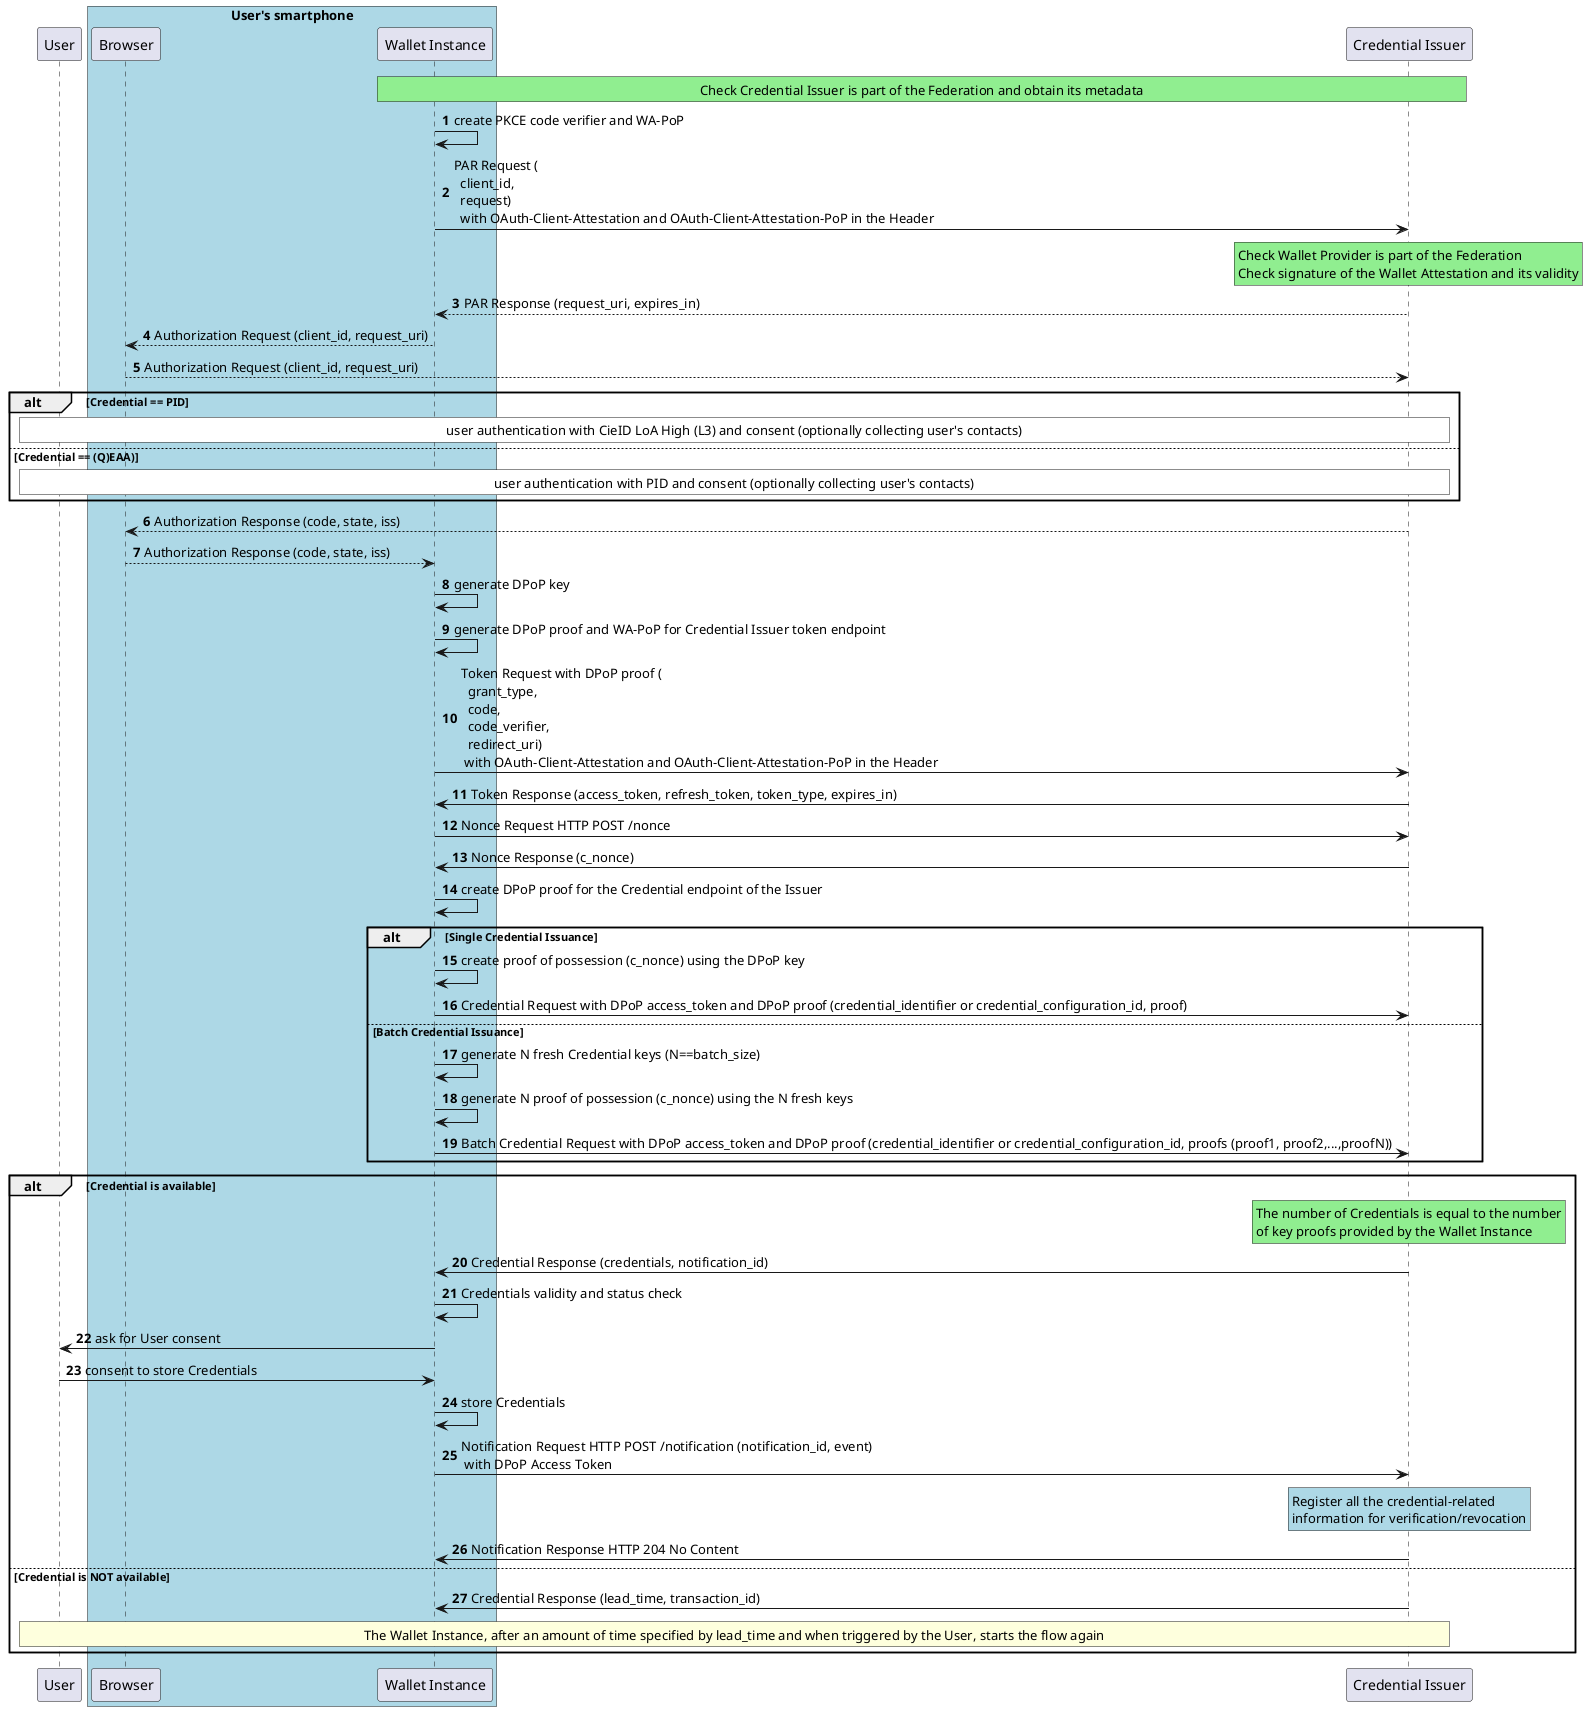
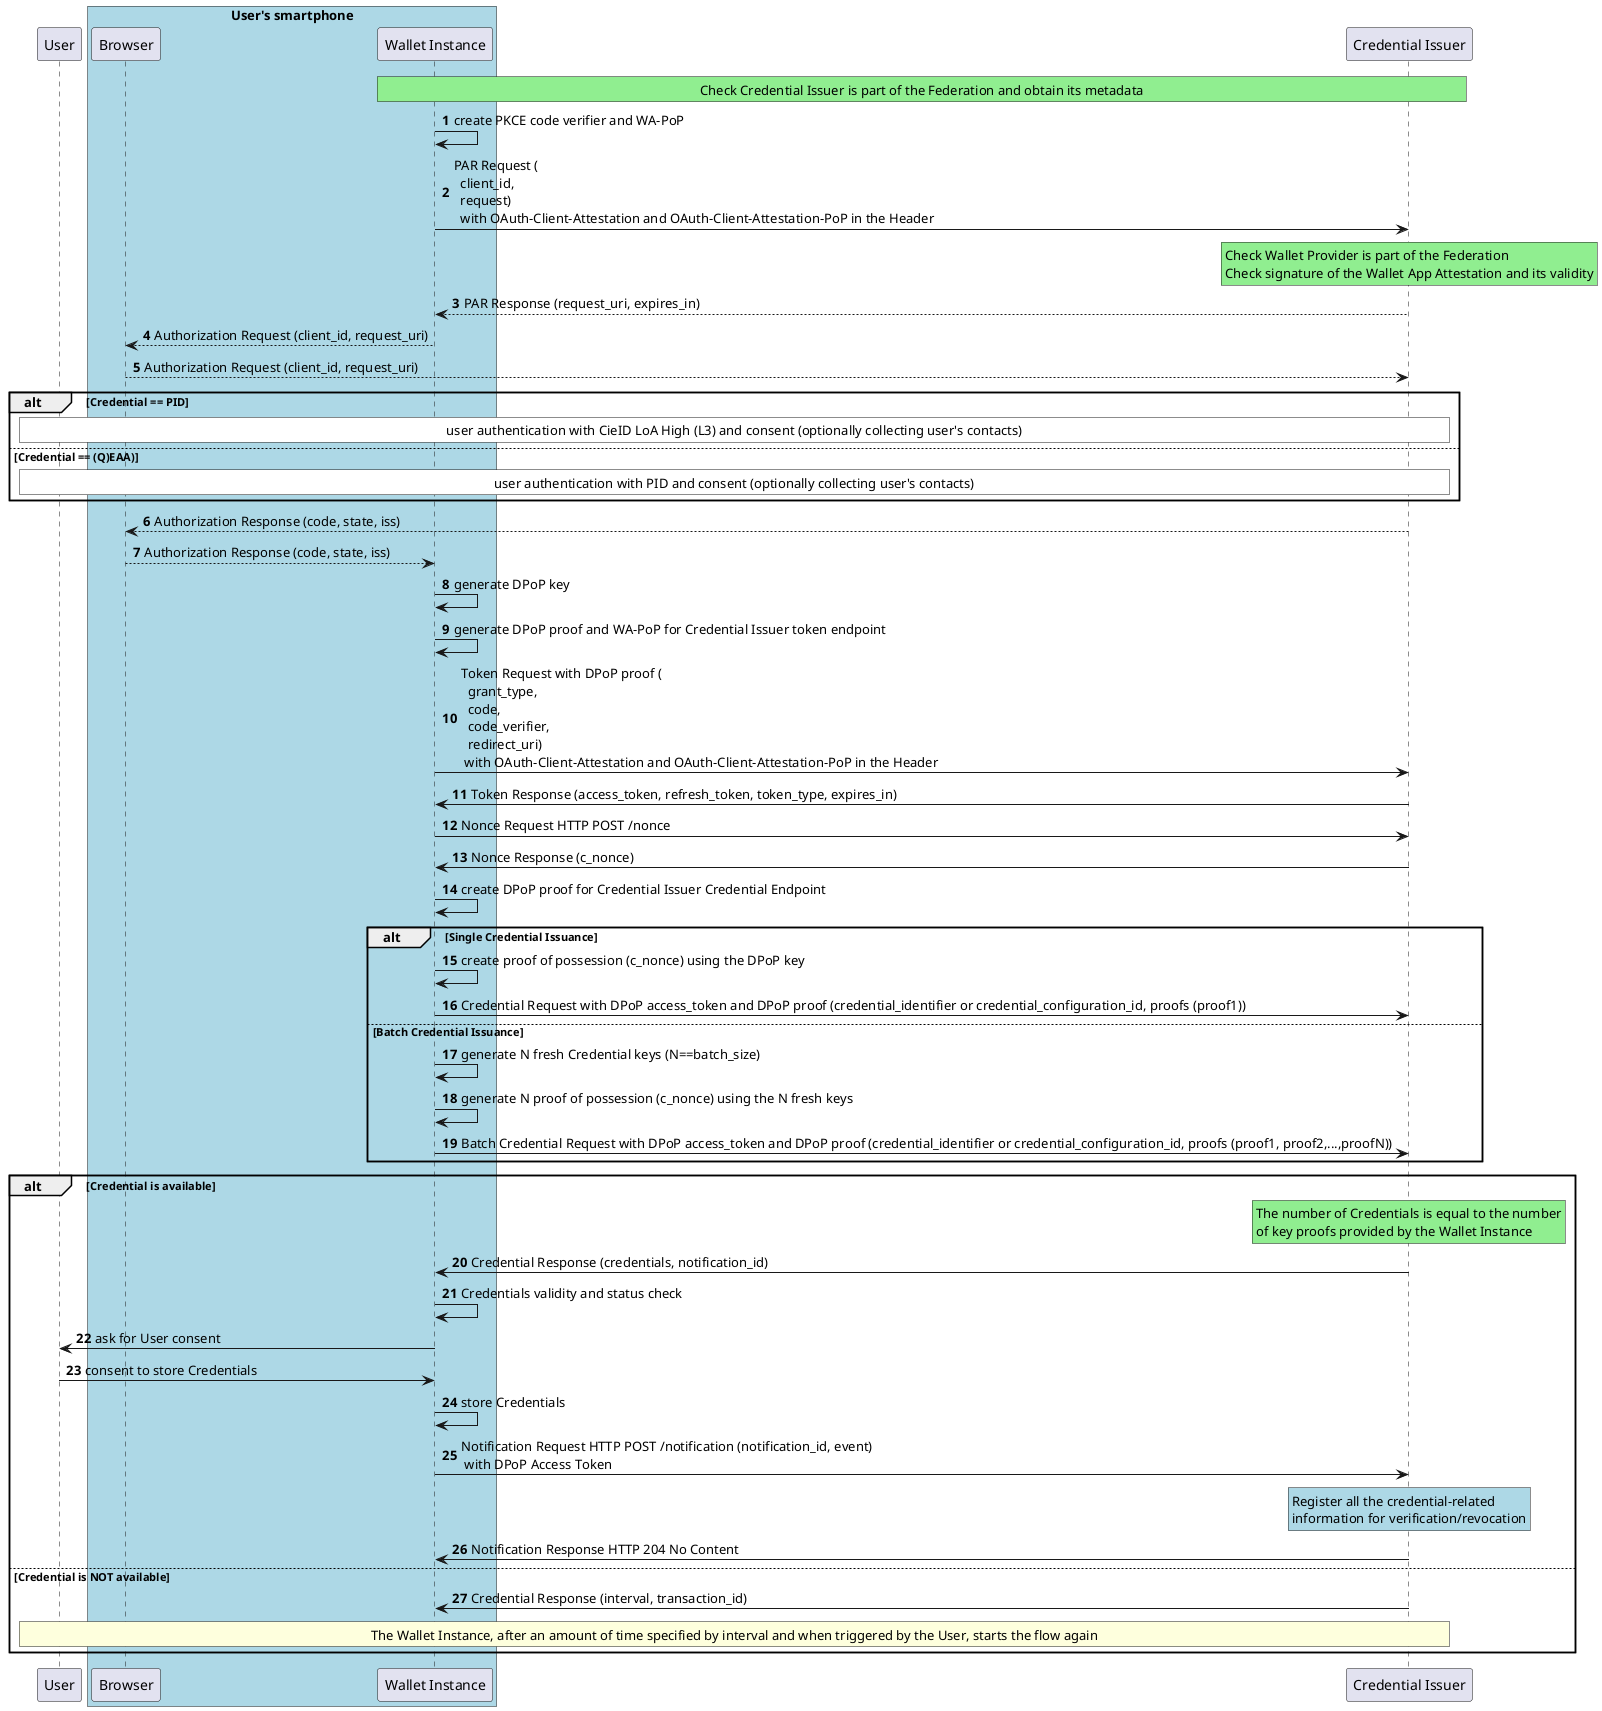
- @startuml Credential Issuance Low-Level Flow
+ @startuml
autonumber

participant "User" as u

box "User's smartphone" #LightBlue
participant "Browser" as ua
participant "Wallet Instance" as w
end box

participant "Credential Issuer" as i



rnote over w,i #LIGHTGREEN
Check Credential Issuer is part of the Federation and obtain its metadata
endrnote


w -> w : create PKCE code verifier and WA-PoP

w -> i : PAR Request (\n  client_id,\n  request) \n  with OAuth-Client-Attestation and OAuth-Client-Attestation-PoP in the Header
rnote over i #LIGHTGREEN
Check Wallet Provider is part of the Federation
- Check signature of the Wallet Attestation and its validity
+ Check signature of the Wallet App Attestation and its validity
endrnote


i --> w : PAR Response (request_uri, expires_in)


w --> ua: Authorization Request (client_id, request_uri)
ua --> i: Authorization Request (client_id, request_uri)

alt Credential == PID
rnote over i,u #WHITE
user authentication with CieID LoA High (L3) and consent (optionally collecting user's contacts)
endrnote
else Credential == (Q)EAA)
rnote over i,u #WHITE
user authentication with PID and consent (optionally collecting user's contacts)
endrnote
end

i --> ua : Authorization Response (code, state, iss)
ua --> w : Authorization Response (code, state, iss)

w -> w : generate DPoP key

w -> w : generate DPoP proof and WA-PoP for Credential Issuer token endpoint


w -> i : Token Request with DPoP proof (\n  grant_type,\n  code,\n  code_verifier,\n  redirect_uri) \n with OAuth-Client-Attestation and OAuth-Client-Attestation-PoP in the Header

i -> w : Token Response (access_token, refresh_token, token_type, expires_in)

w -> i : Nonce Request HTTP POST /nonce

i -> w : Nonce Response (c_nonce)
- w  -> w : create DPoP proof for the Credential endpoint of the Issuer
+ 
+ 
+ w  -> w : create DPoP proof for Credential Issuer Credential Endpoint

alt Single Credential Issuance

  w -> w : create proof of possession (c_nonce) using the DPoP key
-   w -> i : Credential Request with DPoP access_token and DPoP proof (credential_identifier or credential_configuration_id, proof)
+   w -> i : Credential Request with DPoP access_token and DPoP proof (credential_identifier or credential_configuration_id, proofs (proof1))

else Batch Credential Issuance

  w -> w : generate N fresh Credential keys (N==batch_size)
  w -> w : generate N proof of possession (c_nonce) using the N fresh keys
  w -> i : Batch Credential Request with DPoP access_token and DPoP proof (credential_identifier or credential_configuration_id, proofs (proof1, proof2,...,proofN))

end

alt Credential is available

rnote over i #LIGHTGREEN
The number of Credentials is equal to the number
of key proofs provided by the Wallet Instance
endrnote

i -> w : Credential Response (credentials, notification_id)

w -> w : Credentials validity and status check

w -> u : ask for User consent
u -> w : consent to store Credentials

w -> w : store Credentials

w -> i : Notification Request HTTP POST /notification (notification_id, event) \n with DPoP Access Token

rnote over i #LIGHTBLUE
Register all the credential-related
information for verification/revocation
endrnote

i -> w : Notification Response HTTP 204 No Content

else Credential is NOT available
- i -> w : Credential Response (lead_time, transaction_id)
+ i -> w : Credential Response (interval, transaction_id)
rnote over u,i
- The Wallet Instance, after an amount of time specified by lead_time and when triggered by the User, starts the flow again
+ The Wallet Instance, after an amount of time specified by interval and when triggered by the User, starts the flow again
endrnote
end
@enduml